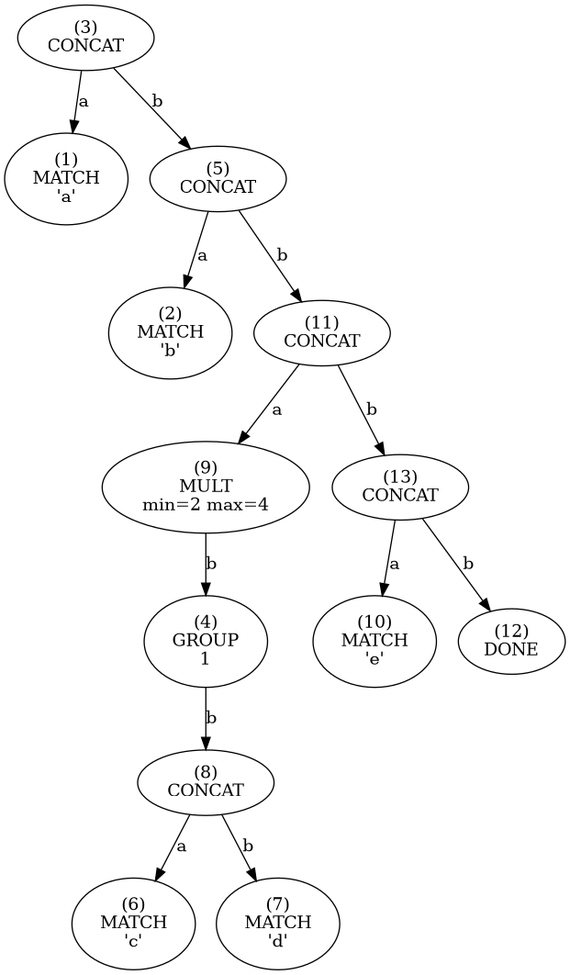
Above: tree.png in essele/rele (Graphviz), before the change. Its source is kept beside it as tree.dot.
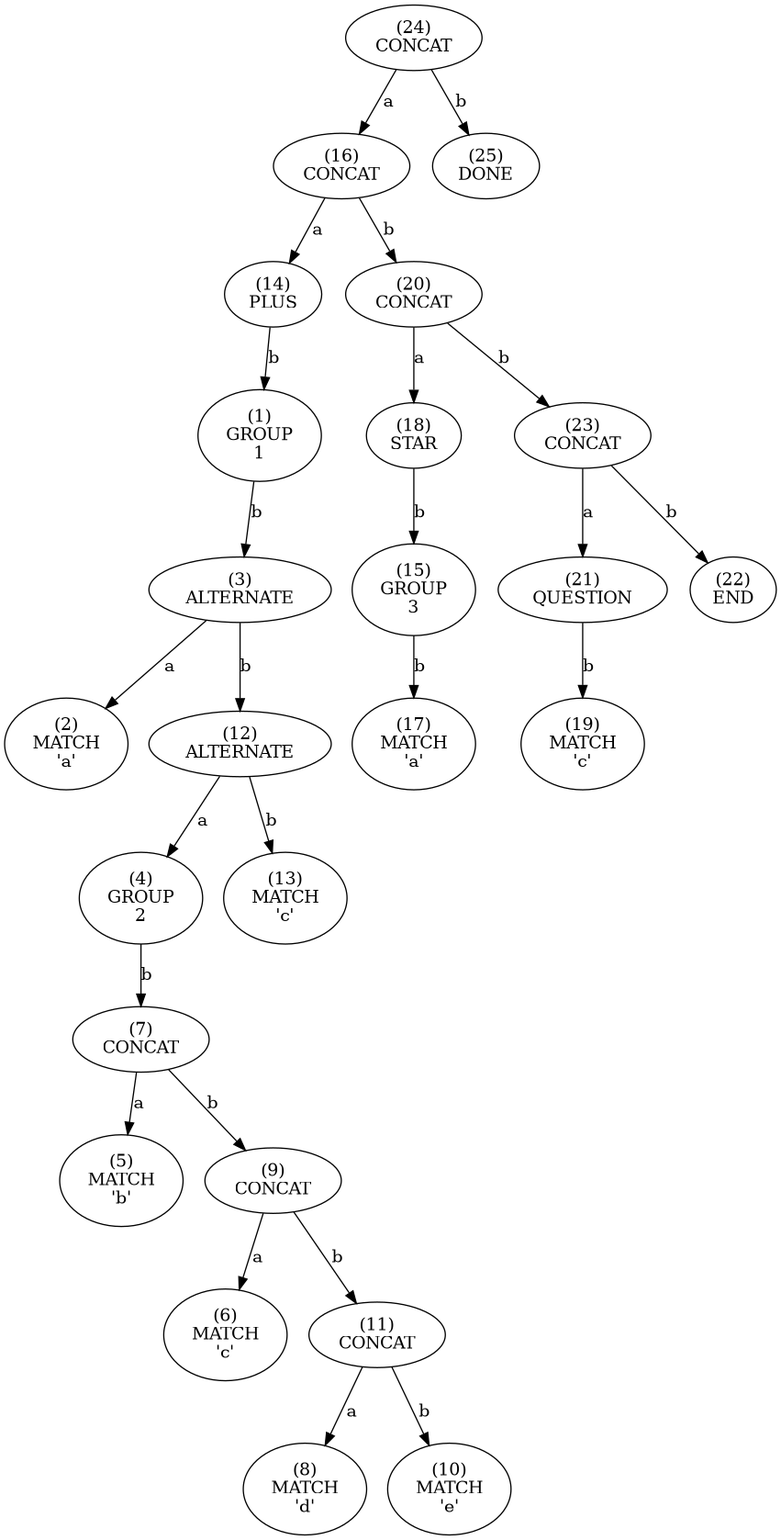
Later version of the same file.

Diff of the diagram source:
```diff
@@ -1,85 +1,101 @@
 digraph tree {
-    n0xc0f739e74320 [label="(3)
+    n0xaf850a071710 [label="(24)
 CONCAT
 "];
-    n0xc0f739e74320 -> n0xc0f739e742c0 [label="a"];
-    n0xc0f739e742c0 [label="(1)
+    n0xaf850a071710 -> n0xaf850a071590 [label="a"];
+    n0xaf850a071590 [label="(16)
+CONCAT
+"];
+    n0xaf850a071590 -> n0xaf850a071530 [label="a"];
+    n0xaf850a071530 [label="(14)
+PLUS
+"];
+    n0xaf850a071530 -> n0xaf850a0712c0 [label="b"];
+    n0xaf850a0712c0 [label="(1)
+GROUP
+1"];
+    n0xaf850a0712c0 -> n0xaf850a071320 [label="b"];
+    n0xaf850a071320 [label="(3)
+ALTERNATE
+"];
+    n0xaf850a071320 -> n0xaf850a0712f0 [label="a"];
+    n0xaf850a0712f0 [label="(2)
 MATCH
 'a'"];
-    n0xc0f739e74320 -> n0xc0f739e74380 [label="b"];
-    n0xc0f739e74380 [label="(5)
+    n0xaf850a071320 -> n0xaf850a0714d0 [label="b"];
+    n0xaf850a0714d0 [label="(12)
+ALTERNATE
+"];
+    n0xaf850a0714d0 -> n0xaf850a071350 [label="a"];
+    n0xaf850a071350 [label="(4)
+GROUP
+2"];
+    n0xaf850a071350 -> n0xaf850a0713e0 [label="b"];
+    n0xaf850a0713e0 [label="(7)
 CONCAT
 "];
-    n0xc0f739e74380 -> n0xc0f739e742f0 [label="a"];
-    n0xc0f739e742f0 [label="(2)
+    n0xaf850a0713e0 -> n0xaf850a071380 [label="a"];
+    n0xaf850a071380 [label="(5)
 MATCH
 'b'"];
-    n0xc0f739e74380 -> n0xc0f739e74680 [label="b"];
-    n0xc0f739e74680 [label="(21)
+    n0xaf850a0713e0 -> n0xaf850a071440 [label="b"];
+    n0xaf850a071440 [label="(9)
 CONCAT
 "];
-    n0xc0f739e74680 -> n0xc0f739e74620 [label="a"];
-    n0xc0f739e74620 [label="(19)
-MULT
-min=1 max=1"];
-    n0xc0f739e74620 -> n0xc0f739e74350 [label="b"];
-    n0xc0f739e74350 [label="(4)
-GROUP
-1"];
-    n0xc0f739e74350 -> n0xc0f739e745f0 [label="b"];
-    n0xc0f739e745f0 [label="(18)
-MULT
-min=1 max=1"];
-    n0xc0f739e745f0 -> n0xc0f739e743b0 [label="b"];
-    n0xc0f739e743b0 [label="(6)
-GROUP
-2"];
-    n0xc0f739e743b0 -> n0xc0f739e745c0 [label="b"];
-    n0xc0f739e745c0 [label="(17)
+    n0xaf850a071440 -> n0xaf850a0713b0 [label="a"];
+    n0xaf850a0713b0 [label="(6)
+MATCH
+'c'"];
+    n0xaf850a071440 -> n0xaf850a0714a0 [label="b"];
+    n0xaf850a0714a0 [label="(11)
 CONCAT
 "];
-    n0xc0f739e745c0 -> n0xc0f739e74560 [label="a"];
-    n0xc0f739e74560 [label="(15)
-MULT
-min=2 max=2"];
-    n0xc0f739e74560 -> n0xc0f739e743e0 [label="b"];
-    n0xc0f739e743e0 [label="(7)
+    n0xaf850a0714a0 -> n0xaf850a071410 [label="a"];
+    n0xaf850a071410 [label="(8)
+MATCH
+'d'"];
+    n0xaf850a0714a0 -> n0xaf850a071470 [label="b"];
+    n0xaf850a071470 [label="(10)
+MATCH
+'e'"];
+    n0xaf850a0714d0 -> n0xaf850a071500 [label="b"];
+    n0xaf850a071500 [label="(13)
+MATCH
+'c'"];
+    n0xaf850a071590 -> n0xaf850a071650 [label="b"];
+    n0xaf850a071650 [label="(20)
+CONCAT
+"];
+    n0xaf850a071650 -> n0xaf850a0715f0 [label="a"];
+    n0xaf850a0715f0 [label="(18)
+STAR
+"];
+    n0xaf850a0715f0 -> n0xaf850a071560 [label="b"];
+    n0xaf850a071560 [label="(15)
 GROUP
 3"];
-    n0xc0f739e743e0 -> n0xc0f739e74530 [label="b"];
-    n0xc0f739e74530 [label="(14)
+    n0xaf850a071560 -> n0xaf850a0715c0 [label="b"];
+    n0xaf850a0715c0 [label="(17)
+MATCH
+'a'"];
+    n0xaf850a071650 -> n0xaf850a0716e0 [label="b"];
+    n0xaf850a0716e0 [label="(23)
 CONCAT
 "];
-    n0xc0f739e74530 -> n0xc0f739e744d0 [label="a"];
-    n0xc0f739e744d0 [label="(12)
-MULT
-min=2 max=4"];
-    n0xc0f739e744d0 -> n0xc0f739e74410 [label="b"];
-    n0xc0f739e74410 [label="(8)
-GROUP
-4"];
-    n0xc0f739e74410 -> n0xc0f739e744a0 [label="b"];
-    n0xc0f739e744a0 [label="(11)
-CONCAT
+    n0xaf850a0716e0 -> n0xaf850a071680 [label="a"];
+    n0xaf850a071680 [label="(21)
+QUESTION
 "];
-    n0xc0f739e744a0 -> n0xc0f739e74440 [label="a"];
-    n0xc0f739e74440 [label="(9)
+    n0xaf850a071680 -> n0xaf850a071620 [label="b"];
+    n0xaf850a071620 [label="(19)
 MATCH
 'c'"];
-    n0xc0f739e744a0 -> n0xc0f739e74470 [label="b"];
-    n0xc0f739e74470 [label="(10)
-MATCH
-'d'"];
-    n0xc0f739e74530 -> n0xc0f739e74500 [label="b"];
-    n0xc0f739e74500 [label="(13)
-MATCH
-'x'"];
-    n0xc0f739e745c0 -> n0xc0f739e74590 [label="b"];
-    n0xc0f739e74590 [label="(16)
-MATCH
-'e'"];
-    n0xc0f739e74680 -> n0xc0f739e74650 [label="b"];
-    n0xc0f739e74650 [label="(20)
+    n0xaf850a0716e0 -> n0xaf850a0716b0 [label="b"];
+    n0xaf850a0716b0 [label="(22)
+END
+"];
+    n0xaf850a071710 -> n0xaf850a071740 [label="b"];
+    n0xaf850a071740 [label="(25)
 DONE
 "];
 }
```
